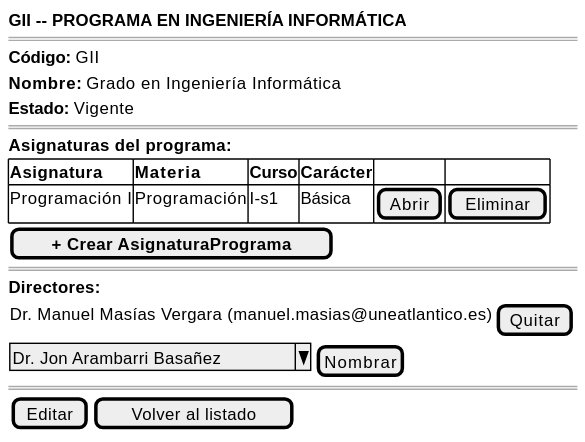
This is images/RUP/01-requisitos/03-detalle-casos-uso/abrirPrograma/wireframe.svg from mmasias/pyCeldaPublico, a PlantUML export, as it was before one commit.
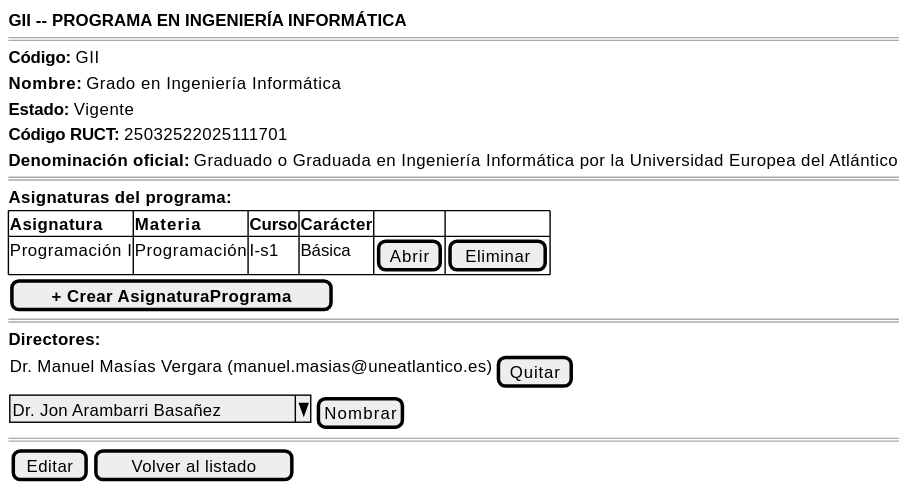
The same file after the commit.

Diff of the diagram source:
```diff
@@ -5,6 +5,8 @@
     <b>Código:</b> GII
     <b>Nombre:</b> Grado en Ingeniería Informática
     <b>Estado:</b> Vigente
+    <b>Código RUCT:</b> 25032522025111701
+    <b>Denominación oficial:</b> Graduado o Graduada en Ingeniería Informática por la Universidad Europea del Atlántico
     ====
     <b>Asignaturas del programa:</b>
     {#
```
